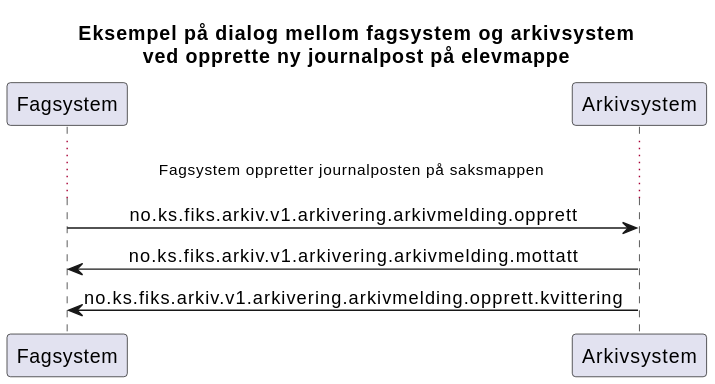
Earlier version of the PlantUML export Dokumentasjon/V1/UseCases/Elevmappe/Opprett/meldingsutveksling.svg (ks-no/fiks-arkiv-specification). The source it was exported from:
```plantuml
@startuml
skinparam sequenceMessageAlign center

title "Eksempel på dialog mellom fagsystem og arkivsystem\nved opprette ny journalpost på elevmappe"


participant Fagsystem as "Fagsystem"
participant Arkivsystem as "Arkivsystem"

...Fagsystem oppretter journalposten på saksmappen ...
Fagsystem -> Arkivsystem : no.ks.fiks.arkiv.v1.arkivering.arkivmelding.opprett
Fagsystem <- Arkivsystem : no.ks.fiks.arkiv.v1.arkivering.arkivmelding.mottatt
Fagsystem <- Arkivsystem : no.ks.fiks.arkiv.v1.arkivering.arkivmelding.opprett.kvittering
@enduml
```
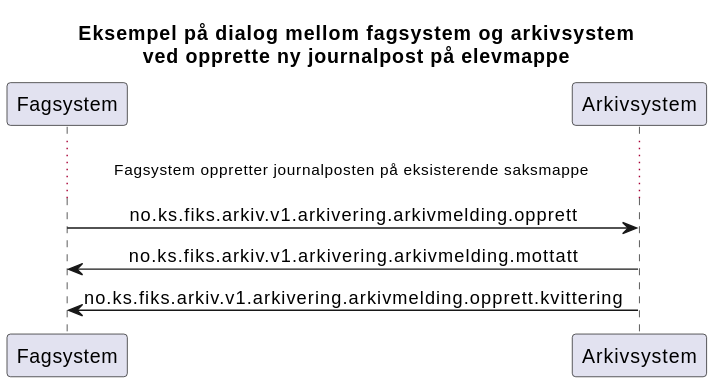
The same diagram one commit later.

The edit, as a diff of the source:
```diff
@@ -7,7 +7,7 @@
 participant Fagsystem as "Fagsystem"
 participant Arkivsystem as "Arkivsystem"
 
-...Fagsystem oppretter journalposten på saksmappen ...
+...Fagsystem oppretter journalposten på eksisterende saksmappe ...
 Fagsystem -> Arkivsystem : no.ks.fiks.arkiv.v1.arkivering.arkivmelding.opprett
 Fagsystem <- Arkivsystem : no.ks.fiks.arkiv.v1.arkivering.arkivmelding.mottatt
 Fagsystem <- Arkivsystem : no.ks.fiks.arkiv.v1.arkivering.arkivmelding.opprett.kvittering
```
